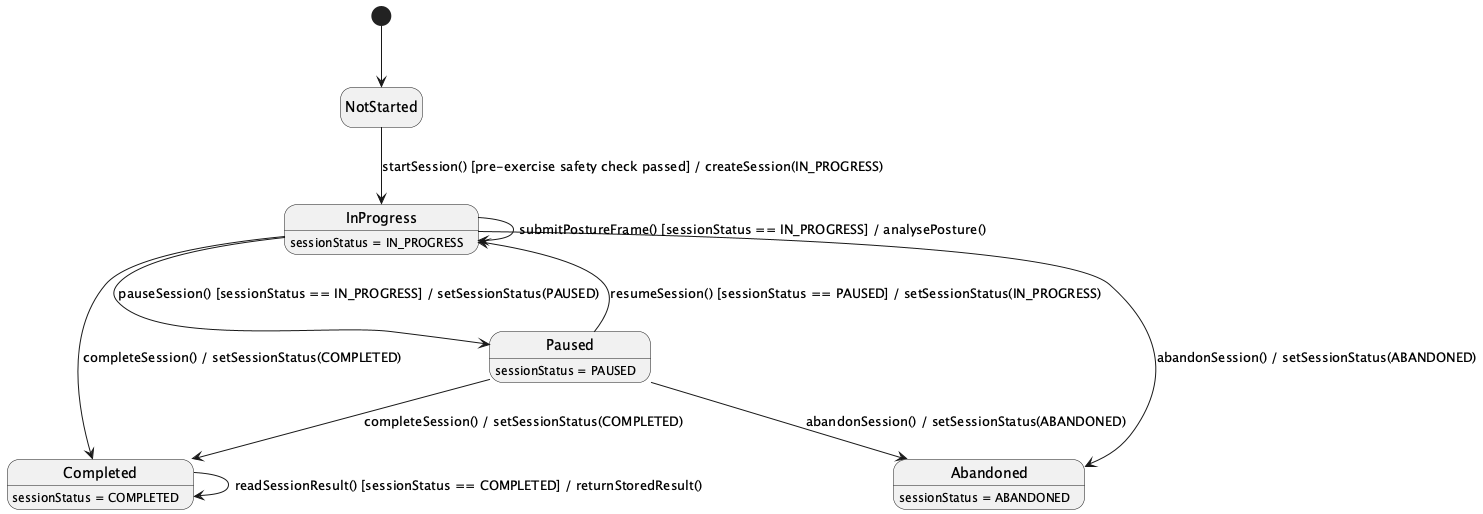
Above: 03_Design/Detailed_Design/MF02_Mother_Care_Journey/images/03_Pregnancy_Exercise_Safety_and_Session_StateChartDiagram.png in ChuongBDHE172784/CareBridge_SEP490_G79 (PlantUML), before the change.
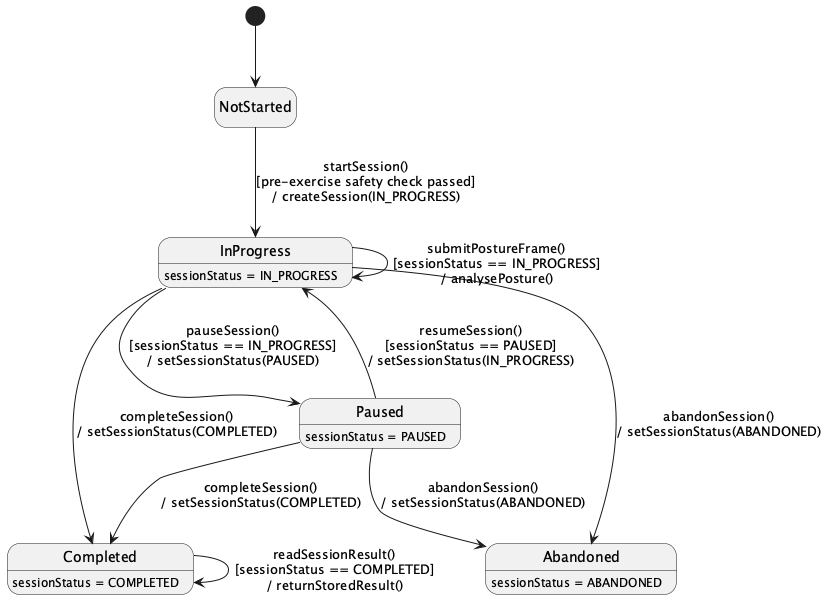
Above is the later version.

Diff of the diagram source:
```diff
@@ -1,16 +1,16 @@
-@startuml
+@startuml StateChartDiagram_03PregnancyExerciseSafetyandSession
 hide empty description
 [*] --> NotStarted
 
-NotStarted --> InProgress : startSession() [pre-exercise safety check passed] / createSession(IN_PROGRESS)
-InProgress --> Paused : pauseSession() [sessionStatus == IN_PROGRESS] / setSessionStatus(PAUSED)
-Paused --> InProgress : resumeSession() [sessionStatus == PAUSED] / setSessionStatus(IN_PROGRESS)
-InProgress --> Completed : completeSession() / setSessionStatus(COMPLETED)
-Paused --> Completed : completeSession() / setSessionStatus(COMPLETED)
-InProgress --> Abandoned : abandonSession() / setSessionStatus(ABANDONED)
-Paused --> Abandoned : abandonSession() / setSessionStatus(ABANDONED)
-InProgress --> InProgress : submitPostureFrame() [sessionStatus == IN_PROGRESS] / analysePosture()
-Completed --> Completed : readSessionResult() [sessionStatus == COMPLETED] / returnStoredResult()
+NotStarted --> InProgress : startSession()\n[pre-exercise safety check passed]\n/ createSession(IN_PROGRESS)
+InProgress --> Paused : pauseSession()\n[sessionStatus == IN_PROGRESS]\n/ setSessionStatus(PAUSED)
+Paused --> InProgress : resumeSession()\n[sessionStatus == PAUSED]\n/ setSessionStatus(IN_PROGRESS)
+InProgress --> Completed : completeSession()\n/ setSessionStatus(COMPLETED)
+Paused --> Completed : completeSession()\n/ setSessionStatus(COMPLETED)
+InProgress --> Abandoned : abandonSession()\n/ setSessionStatus(ABANDONED)
+Paused --> Abandoned : abandonSession()\n/ setSessionStatus(ABANDONED)
+InProgress --> InProgress : submitPostureFrame()\n[sessionStatus == IN_PROGRESS]\n/ analysePosture()
+Completed --> Completed : readSessionResult()\n[sessionStatus == COMPLETED]\n/ returnStoredResult()
 
 InProgress : sessionStatus = IN_PROGRESS
 Paused : sessionStatus = PAUSED
```
